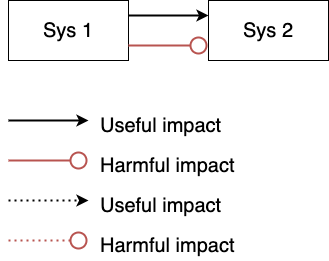
This is AI_Neurotechnologies_bla_bla_bla_course/IM_notation.png from max-talanov/1, a draw.io export, as it was before one commit. Source tidied: cells renumbered, new cells last; positions are measured from the earlier drawing's top-left corner, leaving out a move shared by most shapes. The source it was exported from:
```xml
<mxGraphModel>
  <root>
    <mxCell id="0" />
    <mxCell id="1" parent="0" />
    <mxCell id="2" style="rounded=0;jettySize=auto;html=1;fontSize=20;exitX=1;exitY=0.25;exitDx=0;exitDy=0;entryX=0;entryY=0.25;entryDx=0;entryDy=0;strokeWidth=2;" parent="1" edge="1" source="3" target="4">
      <mxGeometry relative="1" as="geometry" />
    </mxCell>
    <mxCell id="3" value="Sys 1" style="rounded=0;whiteSpace=wrap;html=1;fontSize=20;" parent="1" vertex="1">
      <mxGeometry width="120" height="60" as="geometry" />
    </mxCell>
    <mxCell id="4" value="Sys 2" style="rounded=0;whiteSpace=wrap;html=1;fontSize=20;" parent="1" vertex="1">
      <mxGeometry x="200" width="120" height="60" as="geometry" />
    </mxCell>
    <mxCell id="5" style="rounded=0;orthogonalLoop=1;jettySize=auto;html=1;fontSize=20;strokeWidth=2;" parent="1" edge="1">
      <mxGeometry relative="1" as="geometry">
        <mxPoint y="120" as="sourcePoint" />
        <mxPoint x="80" y="120" as="targetPoint" />
      </mxGeometry>
    </mxCell>
    <mxCell id="6" value="Useful impact" style="text;html=1;strokeColor=none;fillColor=none;align=left;verticalAlign=middle;whiteSpace=wrap;rounded=0;fontSize=20;" parent="1" vertex="1">
      <mxGeometry x="90" y="110" width="130" height="30" as="geometry" />
    </mxCell>
    <mxCell id="7" style="rounded=0;orthogonalLoop=1;jettySize=auto;html=1;fontSize=20;endArrow=circle;endFill=0;fillColor=#f8cecc;strokeColor=#b85450;strokeWidth=2;" parent="1" edge="1">
      <mxGeometry relative="1" as="geometry">
        <mxPoint y="160" as="sourcePoint" />
        <mxPoint x="80" y="160" as="targetPoint" />
      </mxGeometry>
    </mxCell>
    <mxCell id="8" value="Harmful impact" style="text;html=1;strokeColor=none;fillColor=none;align=left;verticalAlign=middle;whiteSpace=wrap;rounded=0;fontSize=20;" parent="1" vertex="1">
      <mxGeometry x="90" y="150" width="150" height="30" as="geometry" />
    </mxCell>
    <mxCell id="9" style="rounded=0;jettySize=auto;html=1;fontSize=20;endArrow=circle;endFill=0;fillColor=#f8cecc;strokeColor=#b85450;strokeWidth=2;exitX=1;exitY=0.75;exitDx=0;exitDy=0;entryX=0;entryY=0.75;entryDx=0;entryDy=0;" parent="1" edge="1" source="3" target="4">
      <mxGeometry relative="1" as="geometry" />
    </mxCell>
    <mxCell id="10" style="rounded=0;orthogonalLoop=1;jettySize=auto;html=1;fontSize=20;strokeWidth=2;dashed=1;dashPattern=1 2;" parent="1" edge="1">
      <mxGeometry relative="1" as="geometry">
        <mxPoint y="200" as="sourcePoint" />
        <mxPoint x="80" y="200" as="targetPoint" />
      </mxGeometry>
    </mxCell>
    <mxCell id="11" value="Useful impact" style="text;html=1;strokeColor=none;fillColor=none;align=left;verticalAlign=middle;whiteSpace=wrap;rounded=0;fontSize=20;" parent="1" vertex="1">
      <mxGeometry x="90" y="190" width="130" height="30" as="geometry" />
    </mxCell>
    <mxCell id="12" style="rounded=0;orthogonalLoop=1;jettySize=auto;html=1;fontSize=20;endArrow=circle;endFill=0;fillColor=#f8cecc;strokeColor=#b85450;strokeWidth=2;dashed=1;dashPattern=1 2;" parent="1" edge="1">
      <mxGeometry relative="1" as="geometry">
        <mxPoint y="240" as="sourcePoint" />
        <mxPoint x="80" y="240" as="targetPoint" />
      </mxGeometry>
    </mxCell>
    <mxCell id="13" value="Harmful impact" style="text;html=1;strokeColor=none;fillColor=none;align=left;verticalAlign=middle;whiteSpace=wrap;rounded=0;fontSize=20;" parent="1" vertex="1">
      <mxGeometry x="90" y="230" width="150" height="30" as="geometry" />
    </mxCell>
  </root>
</mxGraphModel>
```
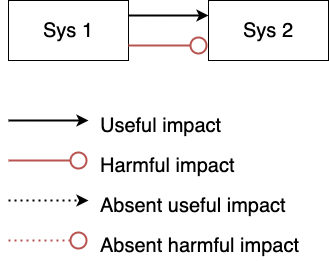
After the commit.

Commit message:
IM: TC: corrected TC notation

The edit, as a diff of the source:
```diff
@@ -38,8 +38,8 @@
         <mxPoint x="80" y="200" as="targetPoint" />
       </mxGeometry>
     </mxCell>
-    <mxCell id="11" value="Useful impact" style="text;html=1;strokeColor=none;fillColor=none;align=left;verticalAlign=middle;whiteSpace=wrap;rounded=0;fontSize=20;" parent="1" vertex="1">
-      <mxGeometry x="90" y="190" width="130" height="30" as="geometry" />
+    <mxCell id="11" value="Absent useful impact" style="text;html=1;strokeColor=none;fillColor=none;align=left;verticalAlign=middle;whiteSpace=wrap;rounded=0;fontSize=20;" parent="1" vertex="1">
+      <mxGeometry x="90" y="190" width="200" height="30" as="geometry" />
     </mxCell>
     <mxCell id="12" style="rounded=0;orthogonalLoop=1;jettySize=auto;html=1;fontSize=20;endArrow=circle;endFill=0;fillColor=#f8cecc;strokeColor=#b85450;strokeWidth=2;dashed=1;dashPattern=1 2;" parent="1" edge="1">
       <mxGeometry relative="1" as="geometry">
@@ -47,8 +47,8 @@
         <mxPoint x="80" y="240" as="targetPoint" />
       </mxGeometry>
     </mxCell>
-    <mxCell id="13" value="Harmful impact" style="text;html=1;strokeColor=none;fillColor=none;align=left;verticalAlign=middle;whiteSpace=wrap;rounded=0;fontSize=20;" parent="1" vertex="1">
-      <mxGeometry x="90" y="230" width="150" height="30" as="geometry" />
+    <mxCell id="13" value="Absent harmful impact" style="text;html=1;strokeColor=none;fillColor=none;align=left;verticalAlign=middle;whiteSpace=wrap;rounded=0;fontSize=20;" parent="1" vertex="1">
+      <mxGeometry x="90" y="230" width="210" height="30" as="geometry" />
     </mxCell>
   </root>
 </mxGraphModel>
```
